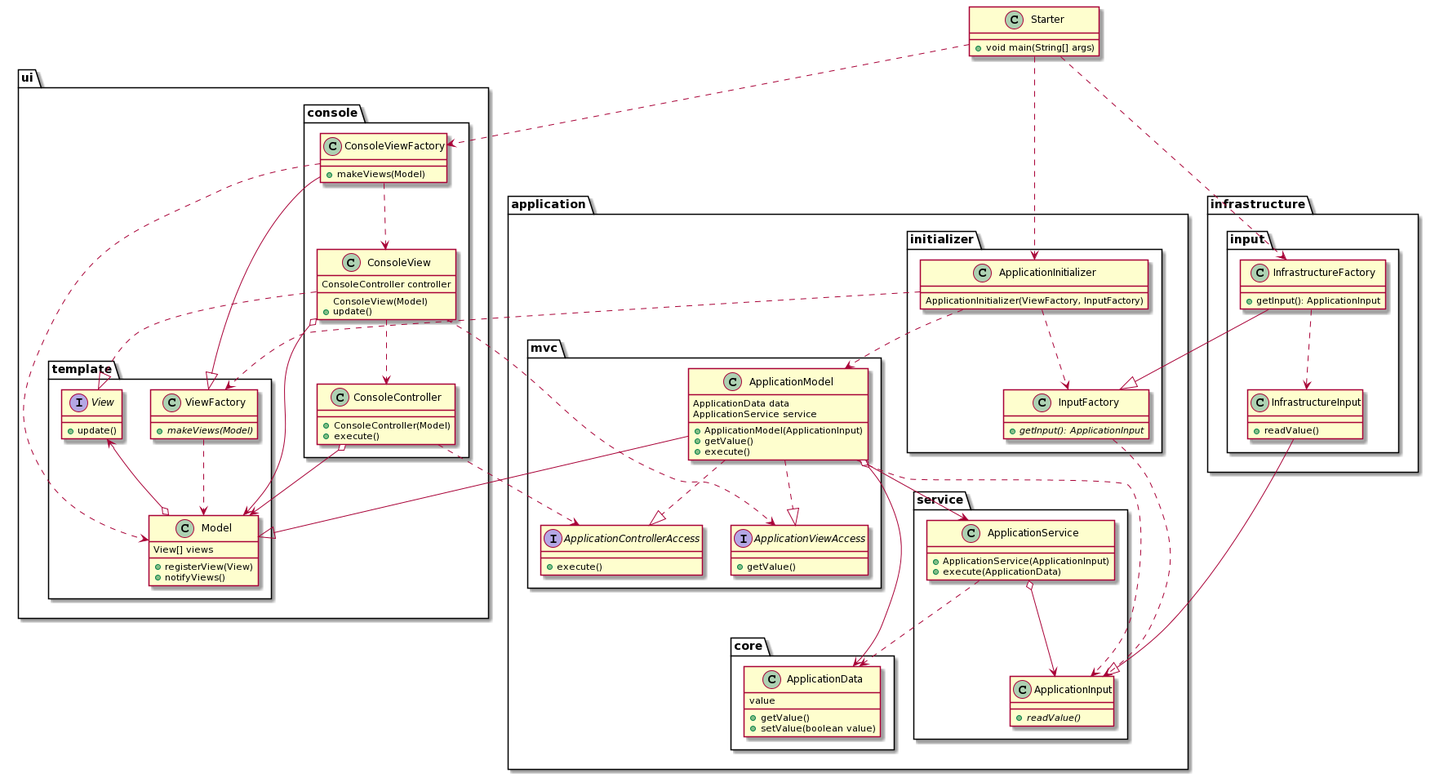
Earlier version of the PlantUML export uml/mvc_with_infrastructure.png (Erwerner/MVCTemplate).
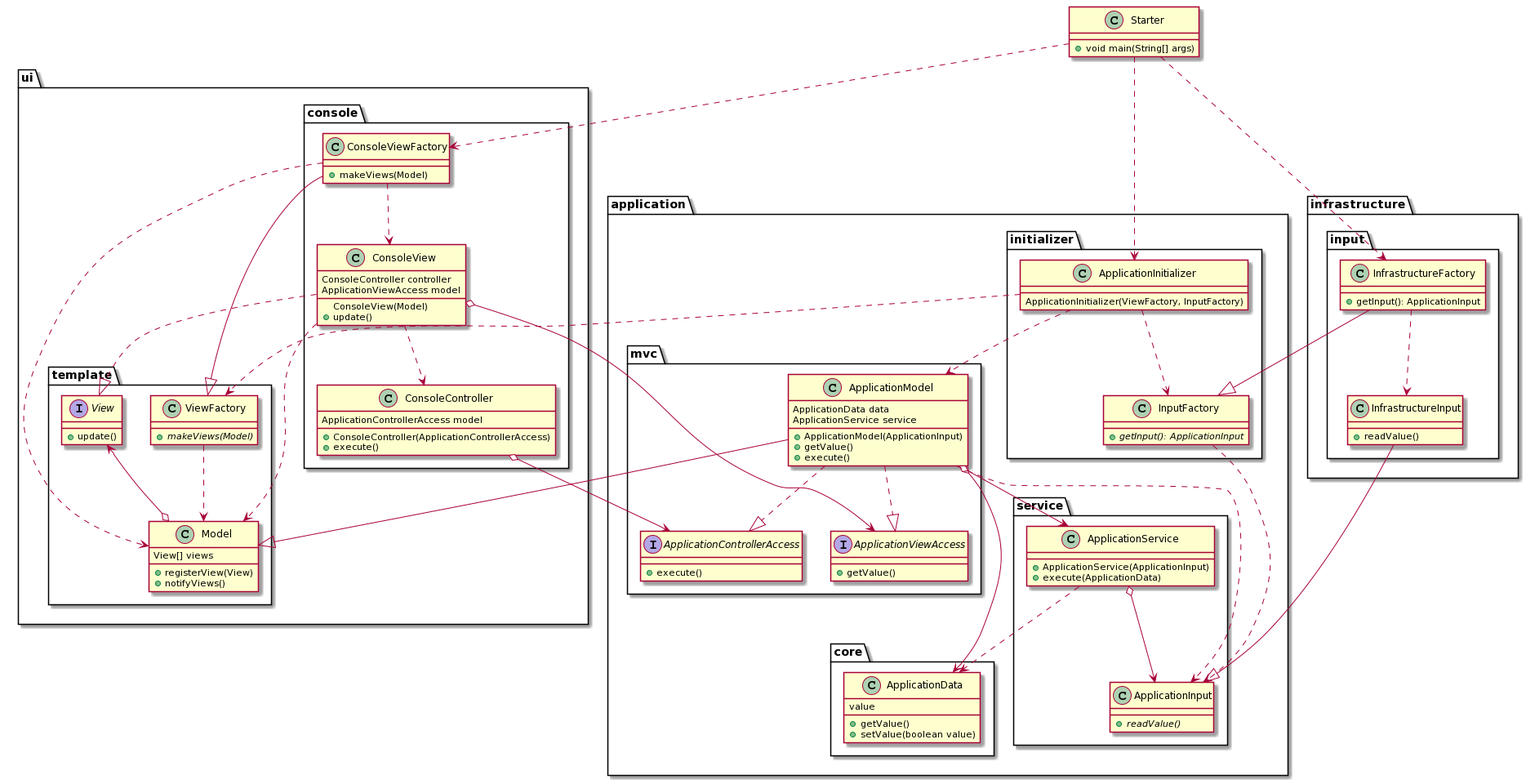
The same diagram one commit later.

Diff of the diagram source:
```diff
@@ -67,12 +67,14 @@
     package console{
 class ConsoleController
 {
-+ ConsoleController(Model)
+ApplicationControllerAccess model
++ ConsoleController(ApplicationControllerAccess)
 + execute()
 }
 class ConsoleView
 {
 ConsoleController controller
+ApplicationViewAccess model
 ConsoleView(Model)
 + update()
 }
@@ -112,14 +114,13 @@
 
 ApplicationService ..> ApplicationData
 
-ConsoleController ..> ApplicationControllerAccess
+ConsoleController o--> ApplicationControllerAccess
+
+ConsoleView ..> Model
+ConsoleView o-->ApplicationViewAccess
 
 ConsoleView ..|> View
-ConsoleView ..> ApplicationViewAccess
 ConsoleView ..> ConsoleController
-
-ConsoleView o-->Model
-ConsoleController o-->Model
 
 ConsoleViewFactory --|> ViewFactory
 ConsoleViewFactory ..> ConsoleView
```
